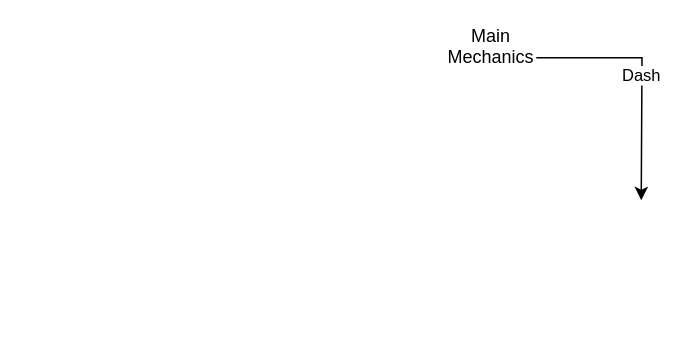
Above: ProjectSouth.drawio in limoncatt/projectsouthdocum (draw.io), before the change. Source tidied: cells renumbered, new cells numbered last; positions are measured from the earlier drawing's top-left corner, leaving out a move shared by most shapes. Both pictures are drawn from the tidied source at 150%, with x=0, y=0 at pixel (446, 34).
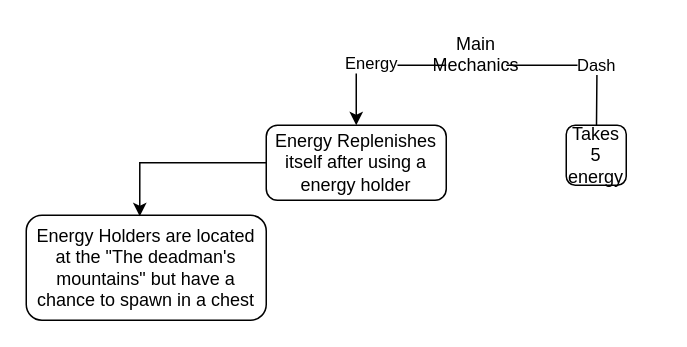
After the change.

Diff of the diagram source:
```diff
@@
 <mxGraphModel>
   <root>
     <mxCell id="0" />
     <mxCell id="1" parent="0" />
-    <mxCell id="2" value="Dash" style="edgeStyle=orthogonalEdgeStyle;rounded=0;jettySize=auto;html=1;" parent="1" edge="1" source="3">
+    <mxCell id="2" value="Dash" style="edgeStyle=orthogonalEdgeStyle;rounded=0;jettySize=auto;html=1;exitX=1;exitY=0.5;exitDx=0;exitDy=0;" parent="1" edge="1" source="3">
       <mxGeometry relative="1" as="geometry">
-        <mxPoint x="130" y="110" as="targetPoint" />
+        <mxPoint x="100" y="80" as="targetPoint" />
       </mxGeometry>
     </mxCell>
+    <mxCell id="4" value="Energy" style="edgeStyle=orthogonalEdgeStyle;rounded=0;jettySize=auto;html=1;" parent="1" edge="1" source="3" target="5">
+      <mxGeometry y="-1" relative="1" as="geometry">
+        <Array as="points">
+          <mxPoint x="-60" y="20" />
+        </Array>
+      </mxGeometry>
+    </mxCell>
     <mxCell id="3" value="Main Mechanics&lt;div&gt;&lt;br&gt;&lt;/div&gt;" style="text;html=1;align=center;verticalAlign=middle;whiteSpace=wrap;rounded=0;" parent="1" vertex="1">
-      <mxGeometry width="60" height="30" as="geometry" />
+      <mxGeometry width="40" height="40" as="geometry" />
     </mxCell>
+    <mxCell id="5" value="Energy Replenishes itself after using a energy holder" style="rounded=1;whiteSpace=wrap;html=1;" parent="1" vertex="1">
+      <mxGeometry x="-120" y="60" width="120" height="50" as="geometry" />
+    </mxCell>
+    <mxCell id="6" value="Takes 5 energy" style="rounded=1;whiteSpace=wrap;html=1;" parent="1" vertex="1">
+      <mxGeometry x="80" y="60" width="40" height="40" as="geometry" />
+    </mxCell>
+    <mxCell id="7" value="Energy Holders are located at the &quot;The deadman's mountains&quot; but have a chance to spawn in a ches&lt;span style=&quot;background-color: initial;&quot;&gt;t&lt;/span&gt;" style="rounded=1;whiteSpace=wrap;html=1;" parent="1" vertex="1">
+      <mxGeometry x="-280" y="120" width="160" height="70" as="geometry" />
+    </mxCell>
+    <mxCell id="8" style="edgeStyle=orthogonalEdgeStyle;rounded=0;jettySize=auto;html=1;exitX=0;exitY=0.5;exitDx=0;exitDy=0;entryX=0.473;entryY=0.01;entryDx=0;entryDy=0;entryPerimeter=0;" parent="1" edge="1" source="5" target="7">
+      <mxGeometry relative="1" as="geometry" />
+    </mxCell>
   </root>
 </mxGraphModel>
```
